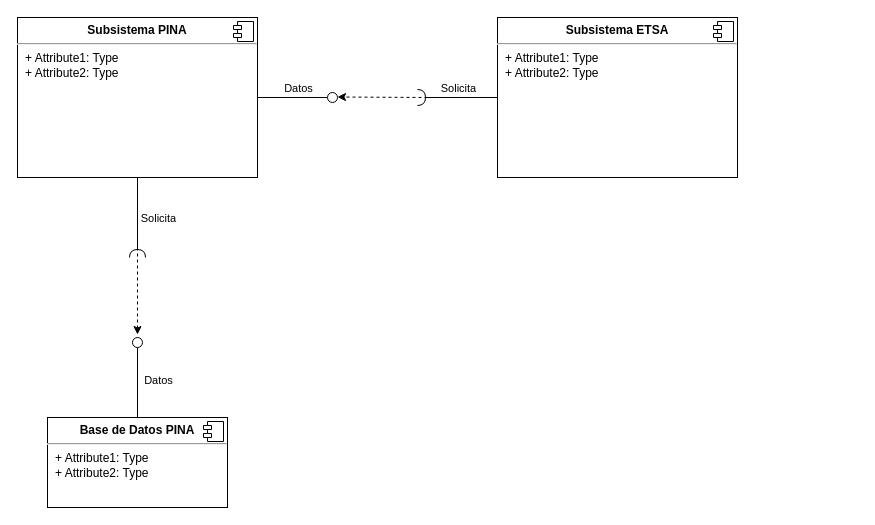
Before: UML/DComponent_PINA.drawio in Archundia-Cortez-Brandon-Said/contextUML, a draw.io diagram. Source tidied: cells renumbered, new cells numbered last; positions are measured from the earlier drawing's top-left corner, leaving out a move shared by most shapes. Both pictures are drawn from the tidied source at 100%, with x=0, y=0 at pixel (17, 17).
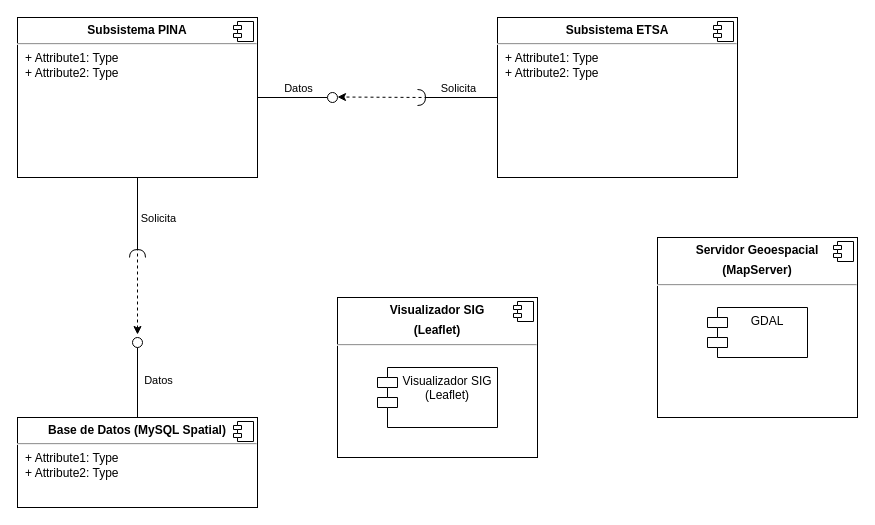
The same diagram, later.

Change to the diagram source:
```diff
@@
-    <mxCell id="6" value="&lt;p style=&quot;margin: 0px ; margin-top: 6px ; text-align: center&quot;&gt;&lt;b&gt;Base de Datos PINA&lt;/b&gt;&lt;/p&gt;&lt;hr&gt;&lt;p style=&quot;margin: 0px ; margin-left: 8px&quot;&gt;+ Attribute1: Type&lt;br&gt;+ Attribute2: Type&lt;/p&gt;" style="align=left;overflow=fill;html=1;" parent="1" vertex="1">
-      <mxGeometry x="30" y="400" width="180" height="90" as="geometry" />
+    <mxCell id="6" value="&lt;p style=&quot;margin: 0px ; margin-top: 6px ; text-align: center&quot;&gt;&lt;b&gt;Base de Datos (MySQL Spatial)&lt;/b&gt;&lt;/p&gt;&lt;hr&gt;&lt;p style=&quot;margin: 0px ; margin-left: 8px&quot;&gt;+ Attribute1: Type&lt;br&gt;+ Attribute2: Type&lt;/p&gt;" style="align=left;overflow=fill;html=1;" parent="1" vertex="1">
+      <mxGeometry y="400" width="240" height="90" as="geometry" />
     </mxCell>
@@
+    <mxCell id="20" value="&lt;p style=&quot;margin: 0px ; margin-top: 6px ; text-align: center&quot;&gt;&lt;b&gt;Servidor Geoespacial&lt;/b&gt;&lt;/p&gt;&lt;p style=&quot;margin: 0px ; margin-top: 6px ; text-align: center&quot;&gt;&lt;b&gt;(MapServer)&lt;/b&gt;&lt;/p&gt;&lt;hr&gt;&lt;p style=&quot;margin: 0px ; margin-left: 8px&quot;&gt;&lt;br&gt;&lt;/p&gt;" style="align=left;overflow=fill;html=1;" parent="1" vertex="1">
+      <mxGeometry x="640" y="220" width="200" height="180" as="geometry" />
+    </mxCell>
+    <mxCell id="21" style="shape=component;jettyWidth=8;jettyHeight=4;" parent="20" vertex="1">
+      <mxGeometry x="1" width="20" height="20" relative="1" as="geometry">
+        <mxPoint x="-24" y="4" as="offset" />
+      </mxGeometry>
+    </mxCell>
+    <mxCell id="22" value="&lt;p style=&quot;margin: 0px ; margin-top: 6px ; text-align: center&quot;&gt;&lt;b&gt;Visualizador SIG&lt;/b&gt;&lt;/p&gt;&lt;p style=&quot;margin: 0px ; margin-top: 6px ; text-align: center&quot;&gt;&lt;b&gt;(Leaflet)&lt;/b&gt;&lt;/p&gt;&lt;hr&gt;&lt;p style=&quot;margin: 0px ; margin-left: 8px&quot;&gt;&lt;br&gt;&lt;/p&gt;" style="align=left;overflow=fill;html=1;" parent="1" vertex="1">
+      <mxGeometry x="320" y="280" width="200" height="160" as="geometry" />
+    </mxCell>
+    <mxCell id="23" style="shape=component;jettyWidth=8;jettyHeight=4;" parent="22" vertex="1">
+      <mxGeometry x="1" width="20" height="20" relative="1" as="geometry">
+        <mxPoint x="-24" y="4" as="offset" />
+      </mxGeometry>
+    </mxCell>
+    <mxCell id="24" value="GDAL" style="shape=module;align=left;spacingLeft=20;align=center;verticalAlign=top;" parent="1" vertex="1">
+      <mxGeometry x="690" y="290" width="100" height="50" as="geometry" />
+    </mxCell>
+    <mxCell id="25" value="Visualizador SIG&#10;(Leaflet)&#10;" style="shape=module;align=left;spacingLeft=20;align=center;verticalAlign=top;" parent="1" vertex="1">
+      <mxGeometry x="360" y="350" width="120" height="60" as="geometry" />
+    </mxCell>
```
